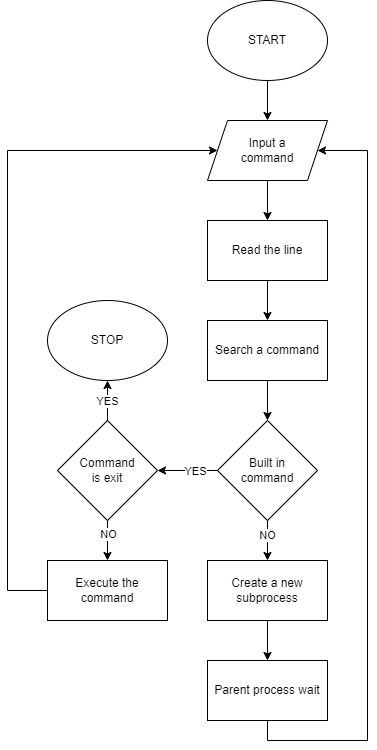
This is simple_shell_flowchart.png from gofastpanam/holbertonschool-simple_shell, a draw.io export, as it was before one commit. Source tidied: cells renumbered, new cells last; positions are measured from the earlier drawing's top-left corner, leaving out a move shared by most shapes. Its diagram source:
```xml
<mxGraphModel background="#ffffff">
  <root>
    <mxCell id="0" />
    <mxCell id="1" parent="0" />
    <mxCell id="2" style="edgeStyle=orthogonalEdgeStyle;rounded=0;jettySize=auto;html=1;exitX=0.5;exitY=1;exitDx=0;exitDy=0;entryX=0.5;entryY=0;entryDx=0;entryDy=0;" parent="1" edge="1" source="3" target="7">
      <mxGeometry relative="1" as="geometry" />
    </mxCell>
    <mxCell id="3" value="Input a&lt;div&gt;command&lt;/div&gt;" style="shape=parallelogram;perimeter=parallelogramPerimeter;whiteSpace=wrap;html=1;fixedSize=1;" parent="1" vertex="1">
      <mxGeometry x="200" y="120" width="120" height="60" as="geometry" />
    </mxCell>
    <mxCell id="4" style="edgeStyle=orthogonalEdgeStyle;rounded=0;jettySize=auto;html=1;exitX=0.5;exitY=1;exitDx=0;exitDy=0;entryX=0.5;entryY=0;entryDx=0;entryDy=0;" parent="1" edge="1" source="5" target="3">
      <mxGeometry relative="1" as="geometry" />
    </mxCell>
    <mxCell id="5" value="START" style="ellipse;whiteSpace=wrap;html=1;" parent="1" vertex="1">
      <mxGeometry x="200" width="120" height="80" as="geometry" />
    </mxCell>
    <mxCell id="6" style="edgeStyle=orthogonalEdgeStyle;rounded=0;jettySize=auto;html=1;exitX=0.5;exitY=1;exitDx=0;exitDy=0;entryX=0.5;entryY=0;entryDx=0;entryDy=0;" parent="1" edge="1" source="7" target="9">
      <mxGeometry relative="1" as="geometry" />
    </mxCell>
    <mxCell id="7" value="Read the line" style="rounded=0;whiteSpace=wrap;html=1;" parent="1" vertex="1">
      <mxGeometry x="200" y="220" width="120" height="60" as="geometry" />
    </mxCell>
    <mxCell id="8" style="edgeStyle=orthogonalEdgeStyle;rounded=0;jettySize=auto;html=1;exitX=0.5;exitY=1;exitDx=0;exitDy=0;entryX=0.5;entryY=0;entryDx=0;entryDy=0;" parent="1" edge="1" source="9" target="14">
      <mxGeometry relative="1" as="geometry" />
    </mxCell>
    <mxCell id="9" value="Search a command" style="rounded=0;whiteSpace=wrap;html=1;" parent="1" vertex="1">
      <mxGeometry x="200" y="320" width="120" height="60" as="geometry" />
    </mxCell>
    <mxCell id="10" style="edgeStyle=orthogonalEdgeStyle;rounded=0;jettySize=auto;html=1;exitX=0.5;exitY=1;exitDx=0;exitDy=0;entryX=0.5;entryY=0;entryDx=0;entryDy=0;" parent="1" edge="1" source="14" target="18">
      <mxGeometry relative="1" as="geometry" />
    </mxCell>
    <mxCell id="11" value="NO" style="edgeLabel;html=1;align=center;verticalAlign=middle;" parent="10" vertex="1">
      <mxGeometry x="-0.3" y="-1" relative="1" as="geometry" />
    </mxCell>
    <mxCell id="12" style="edgeStyle=orthogonalEdgeStyle;rounded=0;jettySize=auto;html=1;exitX=0;exitY=0.5;exitDx=0;exitDy=0;entryX=1;entryY=0.5;entryDx=0;entryDy=0;" parent="1" edge="1" source="14" target="23">
      <mxGeometry relative="1" as="geometry" />
    </mxCell>
    <mxCell id="13" value="YES" style="edgeLabel;html=1;align=center;verticalAlign=middle;" parent="12" vertex="1">
      <mxGeometry x="-0.24" relative="1" as="geometry" />
    </mxCell>
    <mxCell id="14" value="Built in&lt;div&gt;&lt;span style=&quot;background-color: initial;&quot;&gt;command&lt;/span&gt;&lt;/div&gt;" style="rhombus;whiteSpace=wrap;html=1;" parent="1" vertex="1">
      <mxGeometry x="210" y="420" width="100" height="100" as="geometry" />
    </mxCell>
    <mxCell id="15" style="edgeStyle=orthogonalEdgeStyle;rounded=0;jettySize=auto;html=1;exitX=0.5;exitY=1;exitDx=0;exitDy=0;entryX=1;entryY=0.5;entryDx=0;entryDy=0;" parent="1" edge="1" source="16" target="3">
      <mxGeometry relative="1" as="geometry">
        <Array as="points">
          <mxPoint x="260" y="740" />
          <mxPoint x="360" y="740" />
          <mxPoint x="360" y="150" />
        </Array>
      </mxGeometry>
    </mxCell>
    <mxCell id="16" value="Parent process wait" style="rounded=0;whiteSpace=wrap;html=1;" parent="1" vertex="1">
      <mxGeometry x="200" y="660" width="120" height="60" as="geometry" />
    </mxCell>
    <mxCell id="17" style="edgeStyle=orthogonalEdgeStyle;rounded=0;jettySize=auto;html=1;exitX=0.5;exitY=1;exitDx=0;exitDy=0;entryX=0.5;entryY=0;entryDx=0;entryDy=0;" parent="1" edge="1" source="18" target="16">
      <mxGeometry relative="1" as="geometry" />
    </mxCell>
    <mxCell id="18" value="Create a new&lt;div&gt;subprocess&lt;/div&gt;" style="rounded=0;whiteSpace=wrap;html=1;" parent="1" vertex="1">
      <mxGeometry x="200" y="560" width="120" height="60" as="geometry" />
    </mxCell>
    <mxCell id="19" style="edgeStyle=orthogonalEdgeStyle;rounded=0;jettySize=auto;html=1;exitX=0.5;exitY=0;exitDx=0;exitDy=0;entryX=0.5;entryY=1;entryDx=0;entryDy=0;" parent="1" edge="1" source="23" target="24">
      <mxGeometry relative="1" as="geometry" />
    </mxCell>
    <mxCell id="20" value="YES" style="edgeLabel;html=1;align=center;verticalAlign=middle;" parent="19" vertex="1">
      <mxGeometry x="-0.03" y="1" relative="1" as="geometry" />
    </mxCell>
    <mxCell id="21" style="edgeStyle=orthogonalEdgeStyle;rounded=0;jettySize=auto;html=1;exitX=0.5;exitY=1;exitDx=0;exitDy=0;entryX=0.5;entryY=0;entryDx=0;entryDy=0;" parent="1" edge="1" source="23" target="26">
      <mxGeometry relative="1" as="geometry" />
    </mxCell>
    <mxCell id="22" value="NO" style="edgeLabel;html=1;align=center;verticalAlign=middle;" parent="21" vertex="1">
      <mxGeometry x="-0.35" relative="1" as="geometry" />
    </mxCell>
    <mxCell id="23" value="Command&lt;div&gt;is exit&lt;/div&gt;" style="rhombus;whiteSpace=wrap;html=1;" parent="1" vertex="1">
      <mxGeometry x="50" y="420" width="100" height="100" as="geometry" />
    </mxCell>
    <mxCell id="24" value="STOP" style="ellipse;whiteSpace=wrap;html=1;" parent="1" vertex="1">
      <mxGeometry x="40" y="300" width="120" height="80" as="geometry" />
    </mxCell>
    <mxCell id="25" style="edgeStyle=orthogonalEdgeStyle;rounded=0;jettySize=auto;html=1;exitX=0;exitY=0.5;exitDx=0;exitDy=0;entryX=0;entryY=0.5;entryDx=0;entryDy=0;" parent="1" edge="1" source="26" target="3">
      <mxGeometry relative="1" as="geometry">
        <Array as="points">
          <mxPoint y="590" />
          <mxPoint y="150" />
        </Array>
      </mxGeometry>
    </mxCell>
    <mxCell id="26" value="Execute the&lt;div&gt;command&lt;/div&gt;" style="rounded=0;whiteSpace=wrap;html=1;" parent="1" vertex="1">
      <mxGeometry x="40" y="560" width="120" height="60" as="geometry" />
    </mxCell>
  </root>
</mxGraphModel>
```
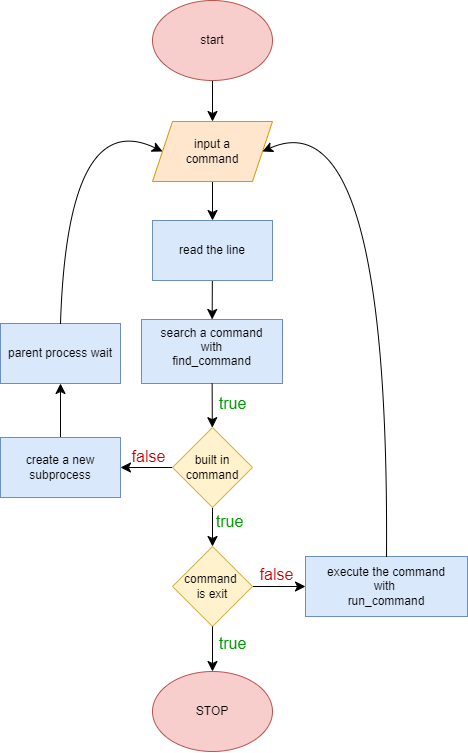
After the change.

The edit, as a diff of the source:
```diff
@@ -1,92 +1,95 @@
-<mxGraphModel background="#ffffff">
+<mxGraphModel>
   <root>
     <mxCell id="0" />
     <mxCell id="1" parent="0" />
-    <mxCell id="2" style="edgeStyle=orthogonalEdgeStyle;rounded=0;jettySize=auto;html=1;exitX=0.5;exitY=1;exitDx=0;exitDy=0;entryX=0.5;entryY=0;entryDx=0;entryDy=0;" parent="1" edge="1" source="3" target="7">
-      <mxGeometry relative="1" as="geometry" />
-    </mxCell>
-    <mxCell id="3" value="Input a&lt;div&gt;command&lt;/div&gt;" style="shape=parallelogram;perimeter=parallelogramPerimeter;whiteSpace=wrap;html=1;fixedSize=1;" parent="1" vertex="1">
-      <mxGeometry x="200" y="120" width="120" height="60" as="geometry" />
-    </mxCell>
-    <mxCell id="4" style="edgeStyle=orthogonalEdgeStyle;rounded=0;jettySize=auto;html=1;exitX=0.5;exitY=1;exitDx=0;exitDy=0;entryX=0.5;entryY=0;entryDx=0;entryDy=0;" parent="1" edge="1" source="5" target="3">
-      <mxGeometry relative="1" as="geometry" />
-    </mxCell>
-    <mxCell id="5" value="START" style="ellipse;whiteSpace=wrap;html=1;" parent="1" vertex="1">
-      <mxGeometry x="200" width="120" height="80" as="geometry" />
-    </mxCell>
-    <mxCell id="6" style="edgeStyle=orthogonalEdgeStyle;rounded=0;jettySize=auto;html=1;exitX=0.5;exitY=1;exitDx=0;exitDy=0;entryX=0.5;entryY=0;entryDx=0;entryDy=0;" parent="1" edge="1" source="7" target="9">
-      <mxGeometry relative="1" as="geometry" />
-    </mxCell>
-    <mxCell id="7" value="Read the line" style="rounded=0;whiteSpace=wrap;html=1;" parent="1" vertex="1">
-      <mxGeometry x="200" y="220" width="120" height="60" as="geometry" />
-    </mxCell>
-    <mxCell id="8" style="edgeStyle=orthogonalEdgeStyle;rounded=0;jettySize=auto;html=1;exitX=0.5;exitY=1;exitDx=0;exitDy=0;entryX=0.5;entryY=0;entryDx=0;entryDy=0;" parent="1" edge="1" source="9" target="14">
-      <mxGeometry relative="1" as="geometry" />
-    </mxCell>
-    <mxCell id="9" value="Search a command" style="rounded=0;whiteSpace=wrap;html=1;" parent="1" vertex="1">
-      <mxGeometry x="200" y="320" width="120" height="60" as="geometry" />
-    </mxCell>
-    <mxCell id="10" style="edgeStyle=orthogonalEdgeStyle;rounded=0;jettySize=auto;html=1;exitX=0.5;exitY=1;exitDx=0;exitDy=0;entryX=0.5;entryY=0;entryDx=0;entryDy=0;" parent="1" edge="1" source="14" target="18">
-      <mxGeometry relative="1" as="geometry" />
-    </mxCell>
-    <mxCell id="11" value="NO" style="edgeLabel;html=1;align=center;verticalAlign=middle;" parent="10" vertex="1">
-      <mxGeometry x="-0.3" y="-1" relative="1" as="geometry" />
-    </mxCell>
-    <mxCell id="12" style="edgeStyle=orthogonalEdgeStyle;rounded=0;jettySize=auto;html=1;exitX=0;exitY=0.5;exitDx=0;exitDy=0;entryX=1;entryY=0.5;entryDx=0;entryDy=0;" parent="1" edge="1" source="14" target="23">
-      <mxGeometry relative="1" as="geometry" />
-    </mxCell>
-    <mxCell id="13" value="YES" style="edgeLabel;html=1;align=center;verticalAlign=middle;" parent="12" vertex="1">
-      <mxGeometry x="-0.24" relative="1" as="geometry" />
-    </mxCell>
-    <mxCell id="14" value="Built in&lt;div&gt;&lt;span style=&quot;background-color: initial;&quot;&gt;command&lt;/span&gt;&lt;/div&gt;" style="rhombus;whiteSpace=wrap;html=1;" parent="1" vertex="1">
-      <mxGeometry x="210" y="420" width="100" height="100" as="geometry" />
-    </mxCell>
-    <mxCell id="15" style="edgeStyle=orthogonalEdgeStyle;rounded=0;jettySize=auto;html=1;exitX=0.5;exitY=1;exitDx=0;exitDy=0;entryX=1;entryY=0.5;entryDx=0;entryDy=0;" parent="1" edge="1" source="16" target="3">
-      <mxGeometry relative="1" as="geometry">
-        <Array as="points">
-          <mxPoint x="260" y="740" />
-          <mxPoint x="360" y="740" />
-          <mxPoint x="360" y="150" />
-        </Array>
-      </mxGeometry>
-    </mxCell>
-    <mxCell id="16" value="Parent process wait" style="rounded=0;whiteSpace=wrap;html=1;" parent="1" vertex="1">
-      <mxGeometry x="200" y="660" width="120" height="60" as="geometry" />
-    </mxCell>
-    <mxCell id="17" style="edgeStyle=orthogonalEdgeStyle;rounded=0;jettySize=auto;html=1;exitX=0.5;exitY=1;exitDx=0;exitDy=0;entryX=0.5;entryY=0;entryDx=0;entryDy=0;" parent="1" edge="1" source="18" target="16">
-      <mxGeometry relative="1" as="geometry" />
-    </mxCell>
-    <mxCell id="18" value="Create a new&lt;div&gt;subprocess&lt;/div&gt;" style="rounded=0;whiteSpace=wrap;html=1;" parent="1" vertex="1">
-      <mxGeometry x="200" y="560" width="120" height="60" as="geometry" />
-    </mxCell>
-    <mxCell id="19" style="edgeStyle=orthogonalEdgeStyle;rounded=0;jettySize=auto;html=1;exitX=0.5;exitY=0;exitDx=0;exitDy=0;entryX=0.5;entryY=1;entryDx=0;entryDy=0;" parent="1" edge="1" source="23" target="24">
-      <mxGeometry relative="1" as="geometry" />
-    </mxCell>
-    <mxCell id="20" value="YES" style="edgeLabel;html=1;align=center;verticalAlign=middle;" parent="19" vertex="1">
-      <mxGeometry x="-0.03" y="1" relative="1" as="geometry" />
-    </mxCell>
-    <mxCell id="21" style="edgeStyle=orthogonalEdgeStyle;rounded=0;jettySize=auto;html=1;exitX=0.5;exitY=1;exitDx=0;exitDy=0;entryX=0.5;entryY=0;entryDx=0;entryDy=0;" parent="1" edge="1" source="23" target="26">
-      <mxGeometry relative="1" as="geometry" />
-    </mxCell>
-    <mxCell id="22" value="NO" style="edgeLabel;html=1;align=center;verticalAlign=middle;" parent="21" vertex="1">
-      <mxGeometry x="-0.35" relative="1" as="geometry" />
-    </mxCell>
-    <mxCell id="23" value="Command&lt;div&gt;is exit&lt;/div&gt;" style="rhombus;whiteSpace=wrap;html=1;" parent="1" vertex="1">
-      <mxGeometry x="50" y="420" width="100" height="100" as="geometry" />
-    </mxCell>
+    <mxCell id="27" value="&lt;font style=&quot;font-size: 12px;&quot;&gt;search a command&lt;/font&gt;&lt;div style=&quot;line-height: 120%;&quot;&gt;&lt;font style=&quot;font-size: 12px;&quot;&gt;with&lt;/font&gt;&lt;/div&gt;&lt;div style=&quot;line-height: 120%;&quot;&gt;&lt;font style=&quot;font-size: 12px;&quot;&gt;find_command&lt;/font&gt;&lt;/div&gt;&lt;div style=&quot;line-height: 120%;&quot;&gt;&lt;font style=&quot;font-size: 12px;&quot;&gt;&lt;br&gt;&lt;/font&gt;&lt;/div&gt;&lt;div style=&quot;line-height: 120%;&quot;&gt;&lt;br&gt;&lt;/div&gt;" style="whiteSpace=wrap;html=1;fillColor=#dae8fc;strokeColor=#6c8ebf;align=center;spacingTop=20;" parent="1" vertex="1">
+      <mxGeometry x="29" y="-52" width="141" height="64" as="geometry" />
+    </mxCell>
+    <mxCell id="28" style="edgeStyle=none;curved=1;rounded=0;jettySize=auto;html=1;fontSize=12;startSize=8;endSize=8;" parent="1" edge="1" source="29" target="31">
+      <mxGeometry relative="1" as="geometry" />
+    </mxCell>
+    <mxCell id="29" value="start" style="ellipse;whiteSpace=wrap;html=1;fillColor=#f8cecc;strokeColor=#b85450;" parent="1" vertex="1">
+      <mxGeometry x="40" y="-371" width="120" height="80" as="geometry" />
+    </mxCell>
+    <mxCell id="30" style="edgeStyle=none;curved=1;rounded=0;jettySize=auto;html=1;fontSize=12;startSize=8;endSize=8;" parent="1" edge="1" source="31" target="33">
+      <mxGeometry relative="1" as="geometry" />
+    </mxCell>
+    <mxCell id="31" value="input a&lt;div&gt;command&lt;/div&gt;" style="shape=parallelogram;perimeter=parallelogramPerimeter;whiteSpace=wrap;html=1;fixedSize=1;fillColor=#ffe6cc;strokeColor=#d79b00;" parent="1" vertex="1">
+      <mxGeometry x="40" y="-250" width="120" height="60" as="geometry" />
+    </mxCell>
+    <mxCell id="32" style="edgeStyle=none;curved=1;rounded=0;jettySize=auto;html=1;fontSize=12;startSize=8;endSize=8;" parent="1" edge="1" source="33" target="27">
+      <mxGeometry relative="1" as="geometry" />
+    </mxCell>
+    <mxCell id="33" value="read the line" style="whiteSpace=wrap;html=1;fillColor=#dae8fc;strokeColor=#6c8ebf;" parent="1" vertex="1">
+      <mxGeometry x="40" y="-151" width="120" height="60" as="geometry" />
+    </mxCell>
+    <mxCell id="34" style="edgeStyle=none;curved=1;rounded=0;jettySize=auto;html=1;fontSize=12;startSize=8;endSize=8;" parent="1" edge="1" source="27" target="37">
+      <mxGeometry relative="1" as="geometry" />
+    </mxCell>
+    <mxCell id="35" style="edgeStyle=none;curved=1;rounded=0;jettySize=auto;html=1;fontSize=12;startSize=8;endSize=8;" parent="1" edge="1" source="37" target="39">
+      <mxGeometry relative="1" as="geometry" />
+    </mxCell>
+    <mxCell id="36" style="edgeStyle=none;curved=1;rounded=0;jettySize=auto;html=1;fontSize=12;startSize=8;endSize=8;" parent="1" edge="1" source="37" target="42">
+      <mxGeometry relative="1" as="geometry" />
+    </mxCell>
+    <mxCell id="37" value="built in&lt;div&gt;command&lt;/div&gt;" style="rhombus;whiteSpace=wrap;html=1;fillColor=#fff2cc;strokeColor=#d6b656;" parent="1" vertex="1">
+      <mxGeometry x="60" y="56" width="80" height="80" as="geometry" />
+    </mxCell>
+    <mxCell id="38" style="edgeStyle=none;curved=1;rounded=0;jettySize=auto;html=1;fontSize=12;startSize=8;endSize=8;" parent="1" edge="1" source="39" target="45">
+      <mxGeometry relative="1" as="geometry" />
+    </mxCell>
+    <mxCell id="39" value="command&amp;nbsp;&lt;div&gt;is exit&lt;/div&gt;" style="rhombus;whiteSpace=wrap;html=1;fillColor=#fff2cc;strokeColor=#d6b656;" parent="1" vertex="1">
+      <mxGeometry x="60" y="175" width="80" height="80" as="geometry" />
+    </mxCell>
-    <mxCell id="24" value="STOP" style="ellipse;whiteSpace=wrap;html=1;" parent="1" vertex="1">
+    <mxCell id="24" value="STOP" style="ellipse;whiteSpace=wrap;html=1;fillColor=#f8cecc;strokeColor=#b85450;" parent="1" vertex="1">
       <mxGeometry x="40" y="300" width="120" height="80" as="geometry" />
     </mxCell>
-    <mxCell id="25" style="edgeStyle=orthogonalEdgeStyle;rounded=0;jettySize=auto;html=1;exitX=0;exitY=0.5;exitDx=0;exitDy=0;entryX=0;entryY=0.5;entryDx=0;entryDy=0;" parent="1" edge="1" source="26" target="3">
-      <mxGeometry relative="1" as="geometry">
-        <Array as="points">
-          <mxPoint y="590" />
-          <mxPoint y="150" />
-        </Array>
-      </mxGeometry>
-    </mxCell>
-    <mxCell id="26" value="Execute the&lt;div&gt;command&lt;/div&gt;" style="rounded=0;whiteSpace=wrap;html=1;" parent="1" vertex="1">
-      <mxGeometry x="40" y="560" width="120" height="60" as="geometry" />
-    </mxCell>
+    <mxCell id="40" style="endArrow=classic;html=1;rounded=0;fontSize=12;startSize=8;endSize=8;curved=1;exitX=0.5;exitY=1;exitDx=0;exitDy=0;entryX=0.5;entryY=0;entryDx=0;entryDy=0;" parent="1" edge="1" source="39" target="24">
+      <mxGeometry relative="1" as="geometry" />
+    </mxCell>
+    <mxCell id="41" style="edgeStyle=none;curved=1;rounded=0;jettySize=auto;html=1;fontSize=12;startSize=8;endSize=8;" parent="1" edge="1" source="42" target="43">
+      <mxGeometry relative="1" as="geometry" />
+    </mxCell>
+    <mxCell id="42" value="create a new&lt;div&gt;subprocess&lt;/div&gt;" style="whiteSpace=wrap;html=1;fillColor=#dae8fc;strokeColor=#6c8ebf;" parent="1" vertex="1">
+      <mxGeometry x="-112" y="66" width="120" height="60" as="geometry" />
+    </mxCell>
+    <mxCell id="43" value="parent process wait" style="whiteSpace=wrap;html=1;fillColor=#dae8fc;strokeColor=#6c8ebf;" parent="1" vertex="1">
+      <mxGeometry x="-112" y="-48" width="120" height="60" as="geometry" />
+    </mxCell>
+    <mxCell id="44" style="endArrow=classic;html=1;rounded=0;fontSize=12;startSize=8;endSize=8;curved=1;exitX=0.5;exitY=0;exitDx=0;exitDy=0;entryX=0;entryY=0.5;entryDx=0;entryDy=0;" parent="1" edge="1" source="43" target="31">
+      <mxGeometry relative="1" as="geometry">
+        <Array as="points">
+          <mxPoint x="-45" y="-266" />
+        </Array>
+      </mxGeometry>
+    </mxCell>
+    <mxCell id="45" value="execute the&amp;nbsp;&lt;span style=&quot;background-color: initial;&quot;&gt;command&lt;/span&gt;&lt;div&gt;&lt;span style=&quot;background-color: initial;&quot;&gt;with&amp;nbsp;&lt;/span&gt;&lt;/div&gt;&lt;div&gt;&lt;span style=&quot;background-color: initial;&quot;&gt;run_command&lt;/span&gt;&lt;/div&gt;" style="whiteSpace=wrap;html=1;fillColor=#dae8fc;strokeColor=#6c8ebf;" parent="1" vertex="1">
+      <mxGeometry x="193" y="185" width="162" height="60" as="geometry" />
+    </mxCell>
+    <mxCell id="46" style="endArrow=classic;html=1;rounded=0;fontSize=12;startSize=8;endSize=8;curved=1;exitX=0.5;exitY=0;exitDx=0;exitDy=0;entryX=1;entryY=0.5;entryDx=0;entryDy=0;" parent="1" edge="1" source="45" target="31">
+      <mxGeometry relative="1" as="geometry">
+        <Array as="points">
+          <mxPoint x="277" y="-277" />
+        </Array>
+      </mxGeometry>
+    </mxCell>
+    <mxCell id="47" value="true" style="text;html=1;align=center;verticalAlign=middle;whiteSpace=wrap;rounded=0;fontSize=16;fontColor=#009900;" parent="1" vertex="1">
+      <mxGeometry x="98" y="140" width="39" height="19" as="geometry" />
+    </mxCell>
+    <mxCell id="48" value="true" style="text;html=1;align=center;verticalAlign=middle;whiteSpace=wrap;rounded=0;fontSize=16;fontColor=#009900;" parent="1" vertex="1">
+      <mxGeometry x="101" y="22" width="39" height="19" as="geometry" />
+    </mxCell>
+    <mxCell id="49" value="&lt;font color=&quot;#cc0000&quot;&gt;false&lt;/font&gt;" style="text;html=1;align=center;verticalAlign=middle;whiteSpace=wrap;rounded=0;fontSize=16;fontColor=#009900;" parent="1" vertex="1">
+      <mxGeometry x="145" y="194" width="39" height="19" as="geometry" />
+    </mxCell>
+    <mxCell id="50" value="&lt;font color=&quot;#cc0000&quot;&gt;false&lt;/font&gt;" style="text;html=1;align=center;verticalAlign=middle;whiteSpace=wrap;rounded=0;fontSize=16;fontColor=#009900;" parent="1" vertex="1">
+      <mxGeometry x="17" y="75" width="39" height="19" as="geometry" />
+    </mxCell>
+    <mxCell id="51" style="edgeStyle=orthogonalEdgeStyle;rounded=0;orthogonalLoop=1;jettySize=auto;html=1;exitX=0.5;exitY=1;exitDx=0;exitDy=0;" parent="1" edge="1" source="48" target="48">
+      <mxGeometry relative="1" as="geometry" />
+    </mxCell>
+    <mxCell id="52" value="true" style="text;html=1;align=center;verticalAlign=middle;whiteSpace=wrap;rounded=0;fontSize=16;fontColor=#009900;" parent="1" vertex="1">
+      <mxGeometry x="101" y="262" width="39" height="19" as="geometry" />
+    </mxCell>
   </root>
 </mxGraphModel>
```
